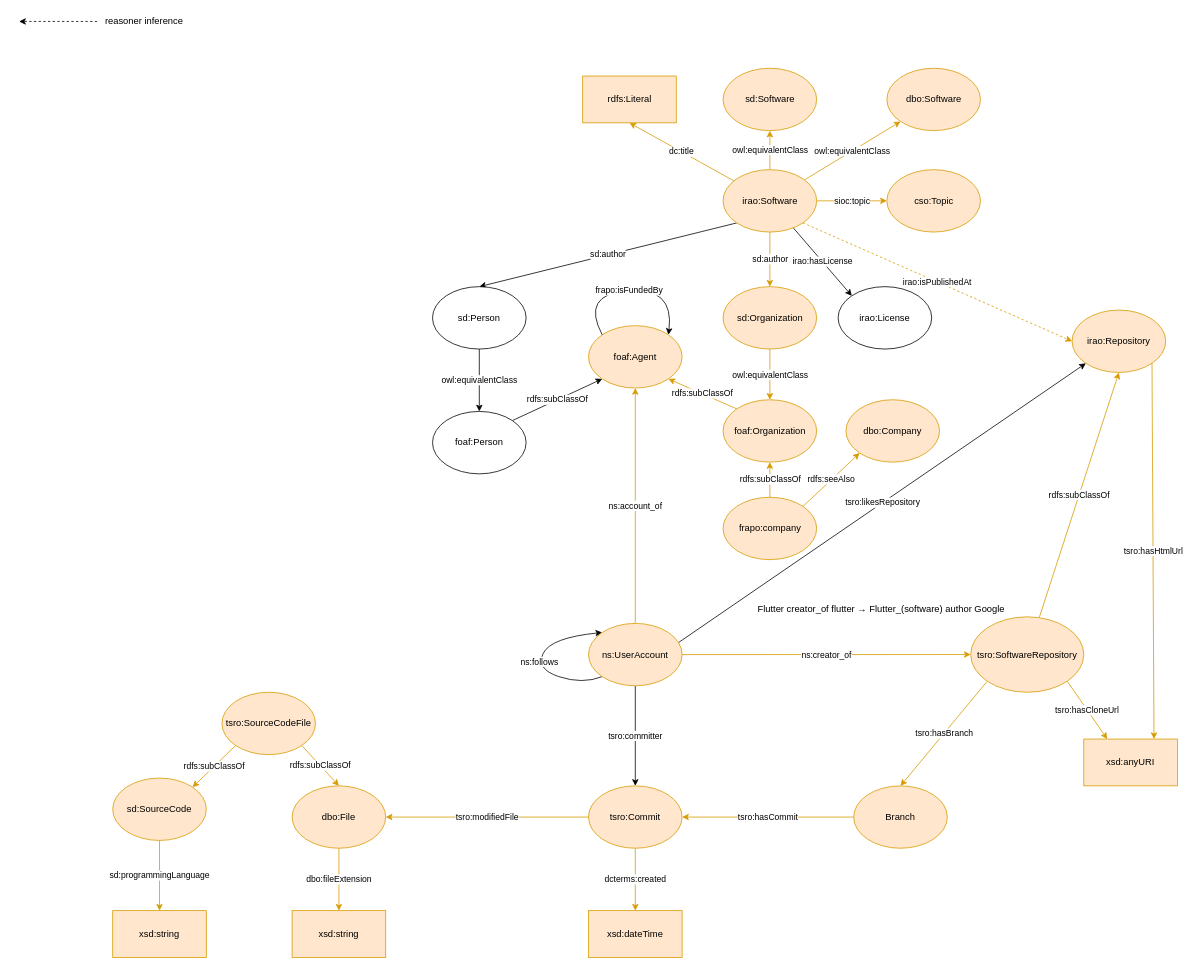
The draw.io diagram ontologies/The Software Repository Ontology.drawio in sabato-nocera/tsro, before the edit. Source tidied: cells renumbered, new cells numbered last; positions are measured from the earlier drawing's top-left corner, leaving out a move shared by most shapes. Both pictures are drawn from the tidied source at 78%, with x=0, y=0 at pixel (19, 13).
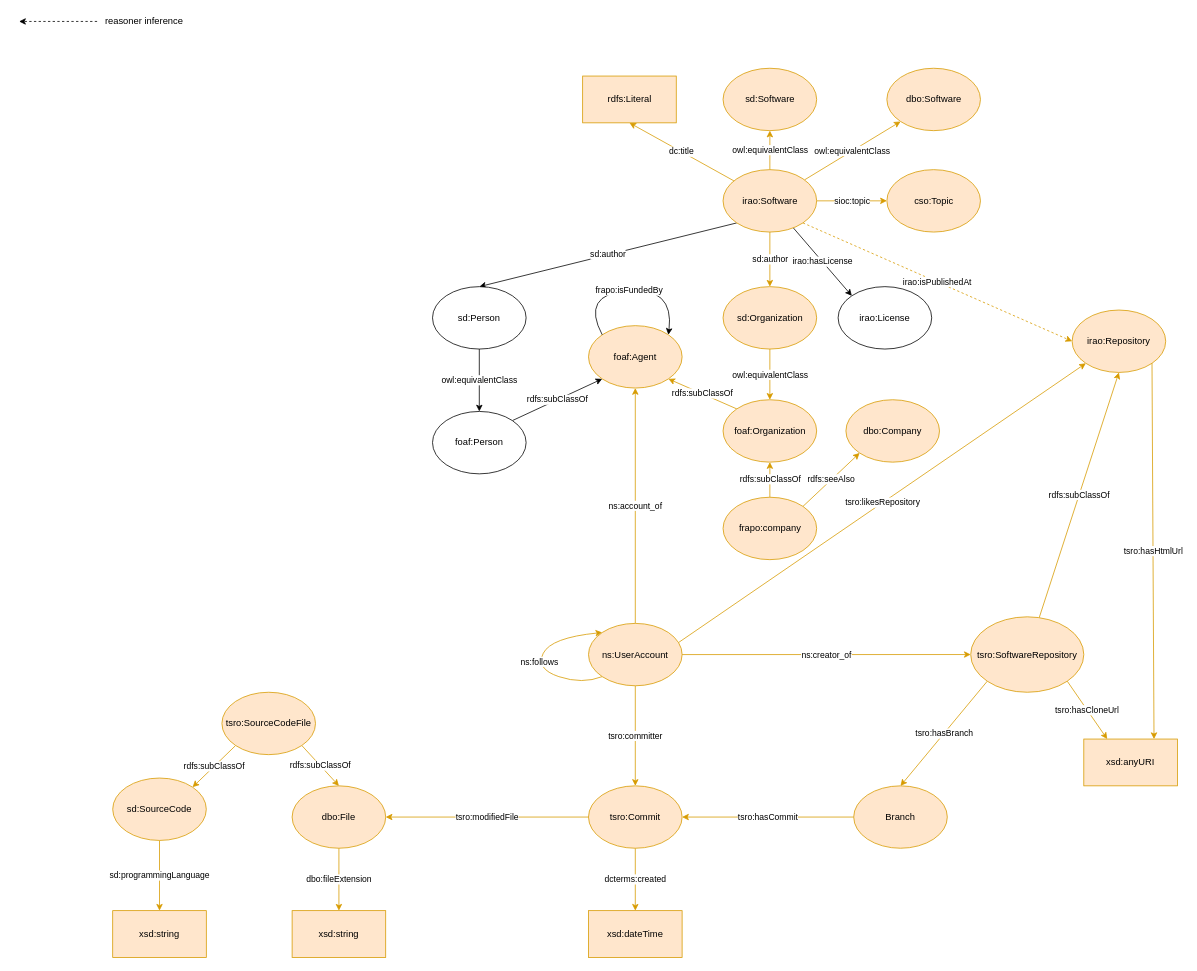
Above is the later version.

Commit message (it also covers changes not shown here):
Creazione istanze per follows and likes repository

The change refers to these unchanged cells:
```xml
<mxCell id="2" value="irao:Repository" style="ellipse;whiteSpace=wrap;html=1;fillColor=#ffe6cc;strokeColor=#d79b00;" parent="1" vertex="1">
  <mxGeometry x="1350" y="380" width="120" height="80" as="geometry" />
</mxCell>
<mxCell id="6" value="tsro:Commit" style="ellipse;whiteSpace=wrap;html=1;fillColor=#ffe6cc;strokeColor=#d79b00;" parent="1" vertex="1">
  <mxGeometry x="730" y="990" width="120" height="80" as="geometry" />
</mxCell>
<mxCell id="20" value="ns:UserAccount" style="ellipse;whiteSpace=wrap;html=1;fillColor=#ffe6cc;strokeColor=#d79b00;" parent="1" vertex="1">
  <mxGeometry x="730" y="781.7" width="120" height="80" as="geometry" />
</mxCell>
```

Change to the diagram source:
```diff
@@
-    <mxCell id="17" value="tsro:committer" style="edgeStyle=none;rounded=0;jettySize=auto;html=1;entryX=0.5;entryY=0;entryDx=0;entryDy=0;" parent="1" edge="1" source="20" target="6">
+    <mxCell id="17" value="tsro:committer" style="edgeStyle=none;rounded=0;jettySize=auto;html=1;entryX=0.5;entryY=0;entryDx=0;entryDy=0;fillColor=#ffe6cc;strokeColor=#d79b00;" parent="1" edge="1" source="20" target="6">
       <mxGeometry relative="1" as="geometry" />
     </mxCell>
-    <mxCell id="18" value="ns:follows" style="edgeStyle=none;orthogonalLoop=1;jettySize=auto;html=1;curved=1;entryX=0;entryY=0;entryDx=0;entryDy=0;exitX=0;exitY=1;exitDx=0;exitDy=0;" parent="1" edge="1" source="20" target="20">
+    <mxCell id="18" value="ns:follows" style="edgeStyle=none;orthogonalLoop=1;jettySize=auto;html=1;curved=1;entryX=0;entryY=0;entryDx=0;entryDy=0;exitX=0;exitY=1;exitDx=0;exitDy=0;fillColor=#ffe6cc;strokeColor=#d79b00;" parent="1" edge="1" source="20" target="20">
       <mxGeometry relative="1" as="geometry">
         <Array as="points">
           <mxPoint x="722" y="860" />
           <mxPoint x="662" y="840" />
           <mxPoint x="682" y="800" />
         </Array>
       </mxGeometry>
     </mxCell>
-    <mxCell id="19" value="tsro:likesRepository" style="edgeStyle=none;jettySize=auto;html=1;exitX=0.96;exitY=0.309;exitDx=0;exitDy=0;entryX=0;entryY=1;entryDx=0;entryDy=0;exitPerimeter=0;rounded=0;" parent="1" edge="1" source="20" target="2">
+    <mxCell id="19" value="tsro:likesRepository" style="edgeStyle=none;jettySize=auto;html=1;exitX=0.96;exitY=0.309;exitDx=0;exitDy=0;entryX=0;entryY=1;entryDx=0;entryDy=0;exitPerimeter=0;rounded=0;fillColor=#ffe6cc;strokeColor=#d79b00;" parent="1" edge="1" source="20" target="2">
       <mxGeometry relative="1" as="geometry" />
     </mxCell>
@@
-    <mxCell id="60" value="Flutter creator_of flutter → Flutter_(software) author Google" style="text;html=1;align=center;verticalAlign=middle;strokeColor=none;fillColor=none;" parent="1" vertex="1">
-      <mxGeometry x="940" y="753.3" width="330" height="20" as="geometry" />
-    </mxCell>
```
